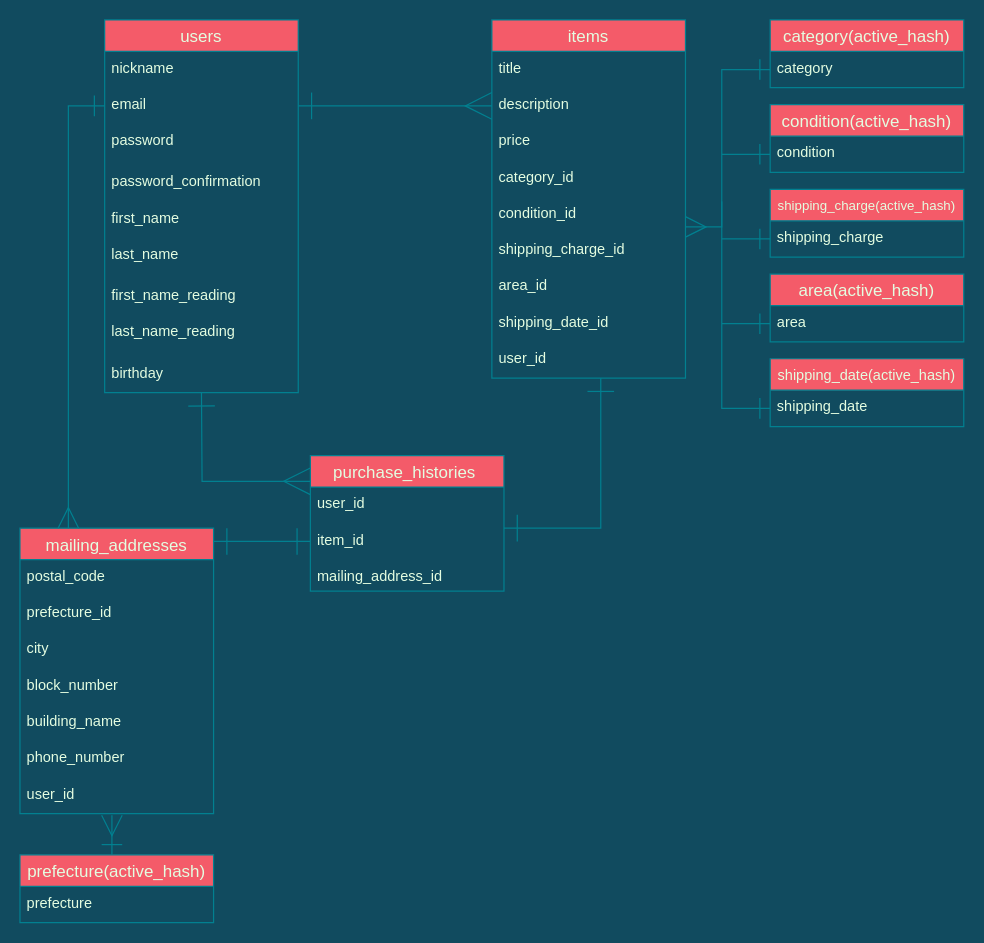
This is er.dio from s6quma/furima-33975, a draw.io file, before an edit. Source tidied: cells renumbered, new cells numbered last; positions are measured from the earlier drawing's top-left corner, leaving out a move shared by most shapes. Both pictures are drawn from the tidied source at 121%, with x=0, y=0 at pixel (19, 19).
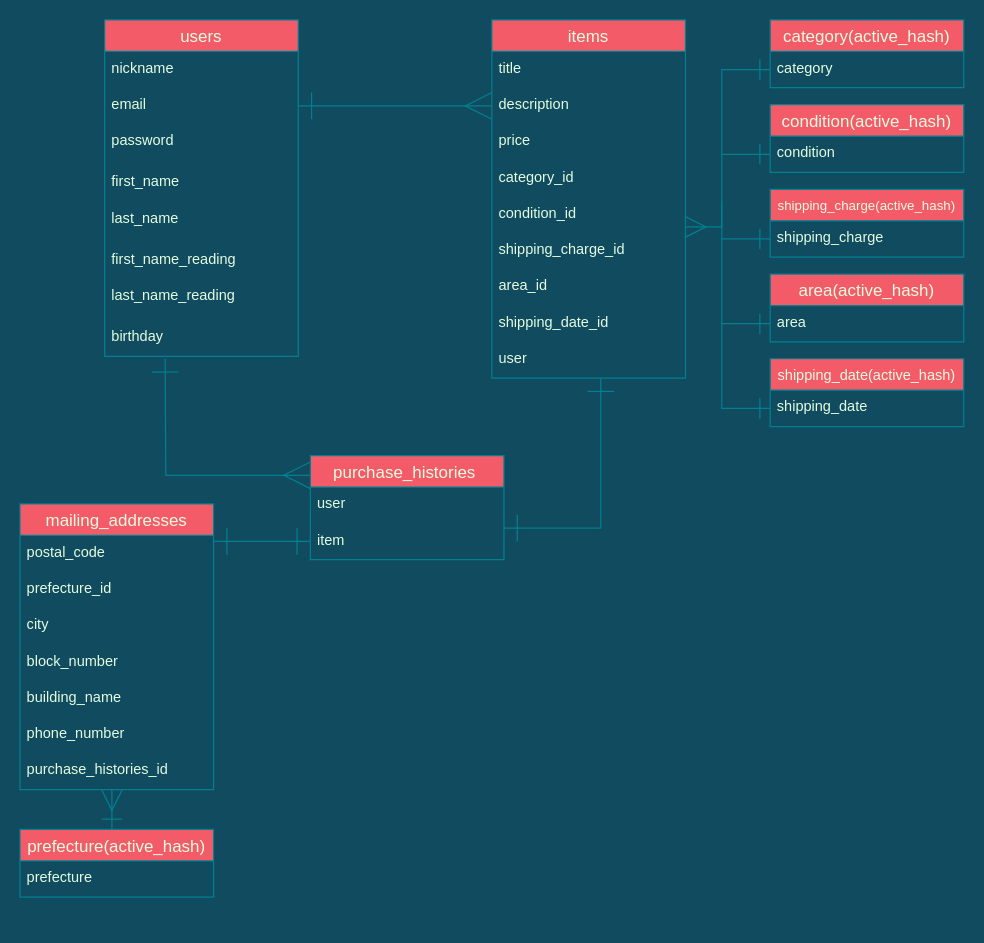
After the change.

Commit message (it also covers changes not shown here):
DB設計の修正

Unchanged cells that the change refers to:
```xml
<mxCell id="4" value="email" style="text;strokeColor=none;fillColor=none;spacingLeft=4;spacingRight=4;overflow=hidden;points=[[0,0.5],[1,0.5]];portConstraint=eastwest;fontSize=12;fontColor=#E4FDE1;" parent="2" vertex="1">
  <mxGeometry y="56" width="160" height="30" as="geometry" />
</mxCell>
<mxCell id="12" value="items" style="swimlane;fontStyle=0;horizontal=1;startSize=26;align=center;fontSize=14;fillColor=#F45B69;strokeColor=#028090;fontColor=#E4FDE1;" parent="1" vertex="1">
  <mxGeometry x="390" width="160" height="296" as="geometry" />
</mxCell>
```

The edit, as a diff of the source:
```diff
@@
     <mxCell id="2" value=" users " style="swimlane;fontStyle=0;horizontal=1;startSize=26;align=center;fontSize=14;fillColor=#F45B69;strokeColor=#028090;fontColor=#E4FDE1;" parent="1" vertex="1">
-      <mxGeometry x="70" width="160" height="308" as="geometry" />
+      <mxGeometry x="70" width="160" height="278" as="geometry" />
     </mxCell>
@@
-    <mxCell id="6" value="password_confirmation" style="text;strokeColor=none;fillColor=none;spacingLeft=4;spacingRight=4;overflow=hidden;fontSize=12;fontColor=#E4FDE1;" parent="2" vertex="1">
-      <mxGeometry y="120" width="160" height="30" as="geometry" />
-    </mxCell>
     <mxCell id="7" value="first_name" style="text;strokeColor=none;fillColor=none;spacingLeft=4;spacingRight=4;overflow=hidden;fontSize=12;fontColor=#E4FDE1;" parent="2" vertex="1">
-      <mxGeometry y="150" width="160" height="30" as="geometry" />
+      <mxGeometry y="120" width="160" height="30" as="geometry" />
     </mxCell>
     <mxCell id="8" value="last_name" style="text;strokeColor=none;fillColor=none;spacingLeft=4;spacingRight=4;overflow=hidden;fontSize=12;fontColor=#E4FDE1;" parent="2" vertex="1">
-      <mxGeometry y="180" width="160" height="34" as="geometry" />
+      <mxGeometry y="150" width="160" height="34" as="geometry" />
     </mxCell>
     <mxCell id="9" value="first_name_reading" style="text;strokeColor=none;fillColor=none;spacingLeft=4;spacingRight=4;overflow=hidden;fontSize=12;fontColor=#E4FDE1;" parent="2" vertex="1">
-      <mxGeometry y="214" width="160" height="30" as="geometry" />
+      <mxGeometry y="184" width="160" height="30" as="geometry" />
     </mxCell>
     <mxCell id="10" value="last_name_reading" style="text;strokeColor=none;fillColor=none;spacingLeft=4;spacingRight=4;overflow=hidden;fontSize=12;fontColor=#E4FDE1;" parent="2" vertex="1">
-      <mxGeometry y="244" width="160" height="34" as="geometry" />
+      <mxGeometry y="214" width="160" height="34" as="geometry" />
     </mxCell>
     <mxCell id="11" value="birthday　" style="text;strokeColor=none;fillColor=none;spacingLeft=4;spacingRight=4;overflow=hidden;fontSize=12;fontColor=#E4FDE1;" parent="2" vertex="1">
-      <mxGeometry y="278" width="160" height="30" as="geometry" />
+      <mxGeometry y="248" width="160" height="30" as="geometry" />
     </mxCell>
@@
-    <mxCell id="21" value="user_id " style="text;strokeColor=none;fillColor=none;spacingLeft=4;spacingRight=4;overflow=hidden;points=[[0,0.5],[1,0.5]];portConstraint=eastwest;fontSize=12;fontColor=#E4FDE1;" parent="12" vertex="1">
+    <mxCell id="21" value="user" style="text;strokeColor=none;fillColor=none;spacingLeft=4;spacingRight=4;overflow=hidden;points=[[0,0.5],[1,0.5]];portConstraint=eastwest;fontSize=12;fontColor=#E4FDE1;" parent="12" vertex="1">
       <mxGeometry y="266" width="160" height="30" as="geometry" />
     </mxCell>
     <mxCell id="22" value="purchase_histories " style="swimlane;fontStyle=0;horizontal=1;startSize=26;align=center;fontSize=14;fillColor=#F45B69;strokeColor=#028090;fontColor=#E4FDE1;" parent="1" vertex="1">
-      <mxGeometry x="240" y="360" width="160" height="112" as="geometry" />
+      <mxGeometry x="240" y="360" width="160" height="86" as="geometry" />
     </mxCell>
-    <mxCell id="23" value="user_id" style="text;strokeColor=none;fillColor=none;spacingLeft=4;spacingRight=4;overflow=hidden;fontSize=12;fontColor=#E4FDE1;" parent="22" vertex="1">
+    <mxCell id="23" value="user" style="text;strokeColor=none;fillColor=none;spacingLeft=4;spacingRight=4;overflow=hidden;fontSize=12;fontColor=#E4FDE1;" parent="22" vertex="1">
       <mxGeometry y="26" width="160" height="30" as="geometry" />
     </mxCell>
-    <mxCell id="24" value="item_id" style="text;strokeColor=none;fillColor=none;spacingLeft=4;spacingRight=4;overflow=hidden;points=[[0,0.5],[1,0.5]];portConstraint=eastwest;fontSize=12;fontColor=#E4FDE1;" parent="22" vertex="1">
+    <mxCell id="24" value="item" style="text;strokeColor=none;fillColor=none;spacingLeft=4;spacingRight=4;overflow=hidden;points=[[0,0.5],[1,0.5]];portConstraint=eastwest;fontSize=12;fontColor=#E4FDE1;" parent="22" vertex="1">
       <mxGeometry y="56" width="160" height="30" as="geometry" />
     </mxCell>
-    <mxCell id="25" value="mailing_address_id" style="text;strokeColor=none;fillColor=none;spacingLeft=4;spacingRight=4;overflow=hidden;fontSize=12;fontColor=#E4FDE1;" parent="22" vertex="1">
-      <mxGeometry y="86" width="160" height="26" as="geometry" />
-    </mxCell>
     <mxCell id="26" value="mailing_addresses" style="swimlane;fontStyle=0;horizontal=1;startSize=26;align=center;fontSize=14;fillColor=#F45B69;strokeColor=#028090;fontColor=#E4FDE1;" parent="1" vertex="1">
-      <mxGeometry y="420" width="160" height="236" as="geometry" />
+      <mxGeometry y="400" width="160" height="236" as="geometry" />
     </mxCell>
@@
-    <mxCell id="33" value="user_id" style="text;strokeColor=none;fillColor=none;spacingLeft=4;spacingRight=4;overflow=hidden;fontSize=12;fontColor=#E4FDE1;" parent="26" vertex="1">
-      <mxGeometry y="206" width="160" height="30" as="geometry" />
-    </mxCell>
+    <mxCell id="57" value="purchase_histories_id" style="text;strokeColor=none;fillColor=none;spacingLeft=4;spacingRight=4;overflow=hidden;fontSize=12;fontColor=#E4FDE1;" parent="26" vertex="1">
+      <mxGeometry y="206" width="160" height="30" as="geometry" />
+    </mxCell>
@@
     <mxCell id="36" style="edgeStyle=orthogonalEdgeStyle;sketch=0;jettySize=auto;html=1;startArrow=ERmany;startFill=0;startSize=20;endArrow=ERone;endFill=0;endSize=20;targetPerimeterSpacing=0;rounded=0;exitX=0;exitY=0.19;exitDx=0;exitDy=0;exitPerimeter=0;labelBackgroundColor=#114B5F;strokeColor=#028090;fontColor=#E4FDE1;" parent="1" edge="1" source="22">
       <mxGeometry relative="1" as="geometry">
-        <mxPoint x="150" y="308" as="targetPoint" />
+        <mxPoint x="120" y="280" as="targetPoint" />
       </mxGeometry>
     </mxCell>
@@
     <mxCell id="38" style="edgeStyle=orthogonalEdgeStyle;rounded=0;sketch=0;orthogonalLoop=1;jettySize=auto;html=1;exitX=0.5;exitY=0;exitDx=0;exitDy=0;entryX=0.5;entryY=1.04;entryDx=0;entryDy=0;entryPerimeter=0;startArrow=ERone;startFill=0;startSize=15;endArrow=ERmany;endFill=0;endSize=15;targetPerimeterSpacing=0;fontSize=11;labelBackgroundColor=#114B5F;strokeColor=#028090;fontColor=#E4FDE1;" parent="1" edge="1">
       <mxGeometry relative="1" as="geometry">
-        <mxPoint x="76" y="690" as="sourcePoint" />
-        <mxPoint x="76" y="657.2" as="targetPoint" />
+        <mxPoint x="76" y="669" as="sourcePoint" />
+        <mxPoint x="76" y="636.2" as="targetPoint" />
       </mxGeometry>
     </mxCell>
     <mxCell id="39" value="prefecture(active_hash)" style="swimlane;fontStyle=0;horizontal=1;startSize=26;align=center;fontSize=14;rounded=0;sketch=0;fillColor=#F45B69;strokeColor=#028090;fontColor=#E4FDE1;" parent="1" vertex="1">
-      <mxGeometry y="690" width="160" height="56" as="geometry" />
+      <mxGeometry y="669" width="160" height="56" as="geometry" />
     </mxCell>
@@
-    <mxCell id="56" style="edgeStyle=orthogonalEdgeStyle;rounded=0;sketch=0;jettySize=auto;html=1;exitX=0;exitY=0.5;exitDx=0;exitDy=0;entryX=0.25;entryY=0;entryDx=0;entryDy=0;startArrow=ERone;startFill=0;startSize=15;endArrow=ERmany;endFill=0;endSize=15;targetPerimeterSpacing=0;fontSize=11;labelBackgroundColor=#114B5F;strokeColor=#028090;fontColor=#E4FDE1;" parent="1" edge="1" source="4" target="26">
-      <mxGeometry relative="1" as="geometry" />
-    </mxCell>
```
